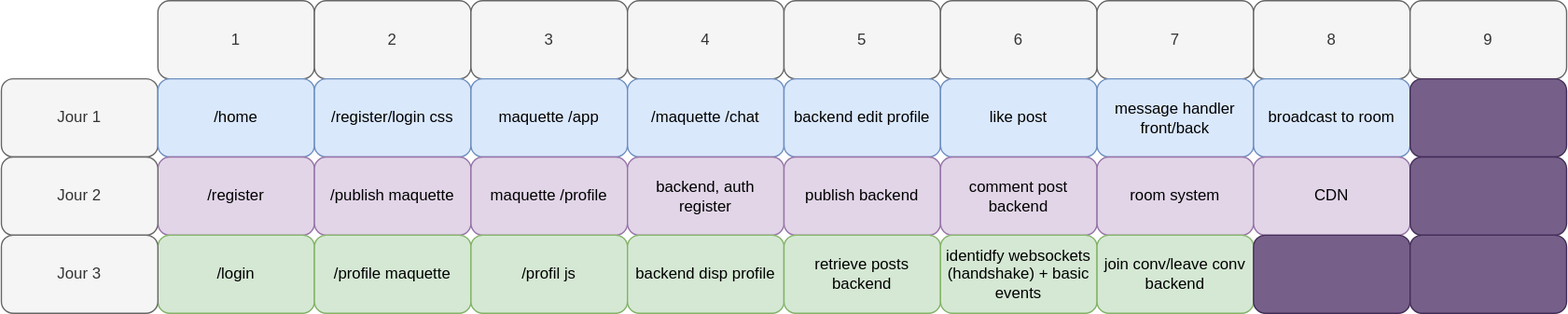
Earlier version of the draw.io export planning.svg (UchatOrg/guideline). Source tidied: cells renumbered, new cells last; positions are measured from the earlier drawing's top-left corner, leaving out a move shared by most shapes.
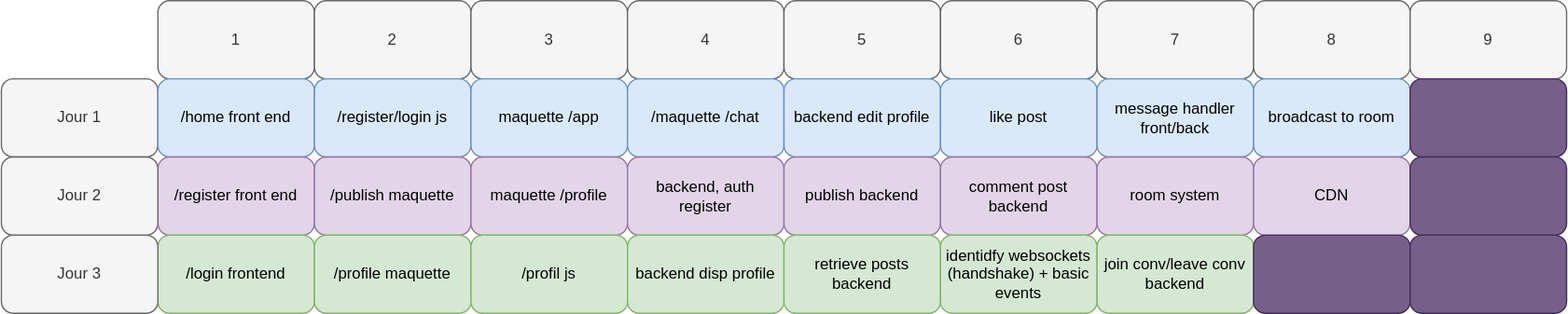
After the commit.

Change to the diagram source:
```diff
@@ -20,10 +20,10 @@
     <mxCell id="7" value="Jour 1" style="rounded=1;whiteSpace=wrap;html=1;fillColor=#f5f5f5;strokeColor=#666666;fontColor=#333333;" parent="1" vertex="1">
       <mxGeometry y="60" width="120" height="60" as="geometry" />
     </mxCell>
-    <mxCell id="8" value="/home" style="rounded=1;whiteSpace=wrap;html=1;fillColor=#dae8fc;strokeColor=#6c8ebf;" parent="1" vertex="1">
+    <mxCell id="8" value="/home front end" style="rounded=1;whiteSpace=wrap;html=1;fillColor=#dae8fc;strokeColor=#6c8ebf;" parent="1" vertex="1">
       <mxGeometry x="120" y="60" width="120" height="60" as="geometry" />
     </mxCell>
-    <mxCell id="9" value="/register/login css" style="rounded=1;whiteSpace=wrap;html=1;fillColor=#dae8fc;strokeColor=#6c8ebf;" parent="1" vertex="1">
+    <mxCell id="9" value="/register/login js" style="rounded=1;whiteSpace=wrap;html=1;fillColor=#dae8fc;strokeColor=#6c8ebf;" parent="1" vertex="1">
       <mxGeometry x="240" y="60" width="120" height="60" as="geometry" />
     </mxCell>
     <mxCell id="10" value="maquette /app" style="rounded=1;whiteSpace=wrap;html=1;fillColor=#dae8fc;strokeColor=#6c8ebf;" parent="1" vertex="1">
@@ -32,13 +32,13 @@
     <mxCell id="11" value="/maquette /chat" style="rounded=1;whiteSpace=wrap;html=1;fillColor=#dae8fc;strokeColor=#6c8ebf;" parent="1" vertex="1">
       <mxGeometry x="480" y="60" width="120" height="60" as="geometry" />
     </mxCell>
-    <mxCell id="12" value="/register" style="rounded=1;whiteSpace=wrap;html=1;fillColor=#e1d5e7;strokeColor=#9673a6;" parent="1" vertex="1">
+    <mxCell id="12" value="/register front end" style="rounded=1;whiteSpace=wrap;html=1;fillColor=#e1d5e7;strokeColor=#9673a6;" parent="1" vertex="1">
       <mxGeometry x="120" y="120" width="120" height="60" as="geometry" />
     </mxCell>
     <mxCell id="13" value="/publish maquette" style="rounded=1;whiteSpace=wrap;html=1;fillColor=#e1d5e7;strokeColor=#9673a6;" parent="1" vertex="1">
       <mxGeometry x="240" y="120" width="120" height="60" as="geometry" />
     </mxCell>
-    <mxCell id="14" value="/login" style="rounded=1;whiteSpace=wrap;html=1;fillColor=#d5e8d4;strokeColor=#82b366;" parent="1" vertex="1">
+    <mxCell id="14" value="/login frontend" style="rounded=1;whiteSpace=wrap;html=1;fillColor=#d5e8d4;strokeColor=#82b366;" parent="1" vertex="1">
       <mxGeometry x="120" y="180" width="120" height="60" as="geometry" />
     </mxCell>
     <mxCell id="15" value="/profile maquette" style="rounded=1;whiteSpace=wrap;html=1;fillColor=#d5e8d4;strokeColor=#82b366;" parent="1" vertex="1">
```
